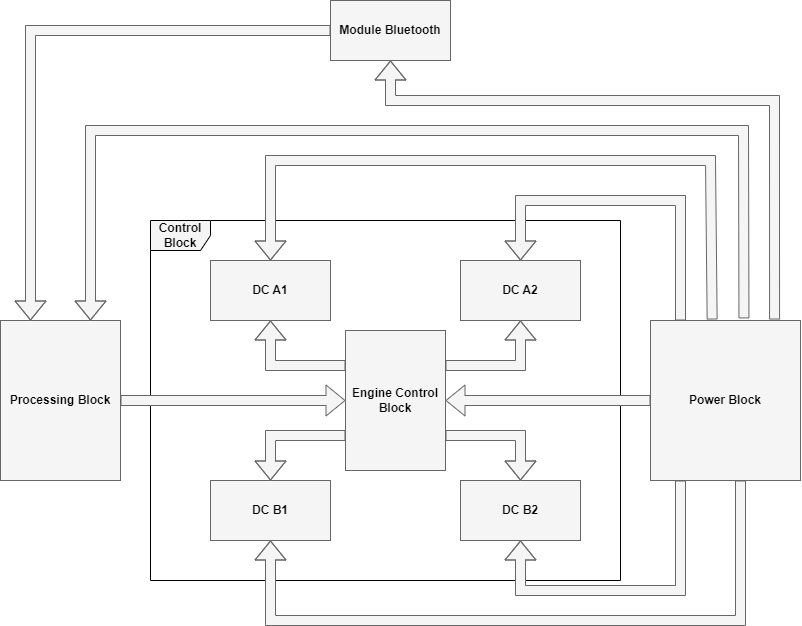
This is Block Diagram.drawio.png from lil-dua/arduino_bluetooth_car, a draw.io export, as it was before one commit. Source tidied: cells renumbered, new cells last; positions are measured from the earlier drawing's top-left corner, leaving out a move shared by most shapes.
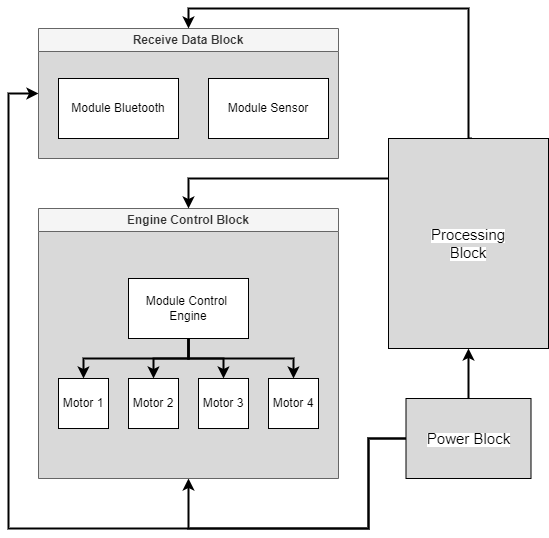
After the commit.

Change to the diagram source:
```diff
@@ -2,124 +2,83 @@
   <root>
     <mxCell id="0" />
     <mxCell id="1" parent="0" />
+    <mxCell id="18" style="edgeStyle=orthogonalEdgeStyle;rounded=0;jettySize=auto;html=1;exitX=0.5;exitY=0;exitDx=0;exitDy=0;entryX=0.5;entryY=1;entryDx=0;entryDy=0;strokeColor=default;strokeWidth=2;fontSize=15;" parent="1" edge="1" source="10" target="2">
+      <mxGeometry relative="1" as="geometry" />
+    </mxCell>
+    <mxCell id="16" style="edgeStyle=orthogonalEdgeStyle;rounded=0;jettySize=auto;html=1;exitX=0;exitY=0.5;exitDx=0;exitDy=0;entryX=0.5;entryY=1;entryDx=0;entryDy=0;strokeColor=default;strokeWidth=2;fontSize=15;" parent="1" edge="1" source="10" target="4">
+      <mxGeometry relative="1" as="geometry">
+        <Array as="points">
+          <mxPoint x="350" y="590" />
+          <mxPoint x="350" y="680" />
+          <mxPoint x="170" y="680" />
+        </Array>
+      </mxGeometry>
+    </mxCell>
+    <mxCell id="24" style="edgeStyle=orthogonalEdgeStyle;rounded=0;jettySize=auto;html=1;exitX=0;exitY=0.5;exitDx=0;exitDy=0;entryX=0;entryY=0.5;entryDx=0;entryDy=0;strokeColor=default;strokeWidth=2;fontSize=15;" parent="1" edge="1" source="10" target="25">
+      <mxGeometry relative="1" as="geometry">
+        <Array as="points">
+          <mxPoint x="350" y="590" />
+          <mxPoint x="350" y="680" />
+          <mxPoint x="-10" y="680" />
+          <mxPoint x="-10" y="245" />
+        </Array>
+      </mxGeometry>
+    </mxCell>
+    <mxCell id="10" value="&lt;span style=&quot;background-color: rgb(255, 255, 255);&quot;&gt;&lt;font style=&quot;font-size: 15px;&quot;&gt;Power Block&lt;/font&gt;&lt;/span&gt;" style="rounded=0;whiteSpace=wrap;html=1;fillColor=#D9D9D9;" parent="1" vertex="1">
+      <mxGeometry x="387.5" y="550" width="125" height="80" as="geometry" />
+    </mxCell>
+    <mxCell id="25" value="Receive Data Block" style="swimlane;whiteSpace=wrap;html=1;fillColor=#f5f5f5;strokeColor=#666666;swimlaneFillColor=#D9D9D9;fontColor=#333333;" parent="1" vertex="1">
+      <mxGeometry x="20" y="180" width="300" height="130" as="geometry" />
+    </mxCell>
+    <mxCell id="9" value="Module Bluetooth" style="rounded=0;whiteSpace=wrap;html=1;fillColor=default;gradientColor=none;" parent="25" vertex="1">
+      <mxGeometry x="20" y="50" width="120" height="60" as="geometry" />
+    </mxCell>
+    <mxCell id="26" value="Module Sensor" style="rounded=0;whiteSpace=wrap;html=1;fillColor=default;gradientColor=none;" parent="25" vertex="1">
+      <mxGeometry x="170" y="50" width="120" height="60" as="geometry" />
+    </mxCell>
+    <mxCell id="4" value="Engine Control Block" style="swimlane;whiteSpace=wrap;html=1;fillColor=#f5f5f5;strokeColor=#666666;swimlaneFillColor=#D9D9D9;fontColor=#333333;" parent="1" vertex="1">
+      <mxGeometry x="20" y="360" width="300" height="270" as="geometry" />
+    </mxCell>
+    <mxCell id="27" value="Motor 2" style="rounded=0;whiteSpace=wrap;html=1;fillColor=default;gradientColor=none;" parent="4" vertex="1">
+      <mxGeometry x="90" y="170" width="50" height="50" as="geometry" />
+    </mxCell>
+    <mxCell id="28" value="Motor 3" style="rounded=0;whiteSpace=wrap;html=1;fillColor=default;gradientColor=none;" parent="4" vertex="1">
+      <mxGeometry x="160" y="170" width="50" height="50" as="geometry" />
+    </mxCell>
+    <mxCell id="29" value="Motor 4" style="rounded=0;whiteSpace=wrap;html=1;fillColor=default;gradientColor=none;" parent="4" vertex="1">
+      <mxGeometry x="230" y="170" width="50" height="50" as="geometry" />
+    </mxCell>
+    <mxCell id="30" value="Motor 1" style="rounded=0;whiteSpace=wrap;html=1;fillColor=default;gradientColor=none;" parent="4" vertex="1">
+      <mxGeometry x="20" y="170" width="50" height="50" as="geometry" />
+    </mxCell>
+    <mxCell id="31" style="edgeStyle=orthogonalEdgeStyle;jettySize=auto;html=1;exitX=0.5;exitY=1;exitDx=0;exitDy=0;entryX=0.5;entryY=0;entryDx=0;entryDy=0;strokeColor=default;strokeWidth=2;fontSize=15;rounded=0;" parent="4" edge="1" source="35" target="30">
+      <mxGeometry relative="1" as="geometry" />
+    </mxCell>
+    <mxCell id="32" style="edgeStyle=orthogonalEdgeStyle;rounded=0;jettySize=auto;html=1;exitX=0.5;exitY=1;exitDx=0;exitDy=0;entryX=0.5;entryY=0;entryDx=0;entryDy=0;strokeColor=default;strokeWidth=2;fontSize=15;" parent="4" edge="1" source="35" target="27">
+      <mxGeometry relative="1" as="geometry" />
+    </mxCell>
+    <mxCell id="33" style="edgeStyle=orthogonalEdgeStyle;rounded=0;jettySize=auto;html=1;exitX=0.5;exitY=1;exitDx=0;exitDy=0;entryX=0.5;entryY=0;entryDx=0;entryDy=0;strokeColor=default;strokeWidth=2;fontSize=15;" parent="4" edge="1" source="35" target="28">
+      <mxGeometry relative="1" as="geometry" />
+    </mxCell>
+    <mxCell id="34" style="edgeStyle=orthogonalEdgeStyle;rounded=0;jettySize=auto;html=1;exitX=0.5;exitY=1;exitDx=0;exitDy=0;entryX=0.5;entryY=0;entryDx=0;entryDy=0;strokeColor=default;strokeWidth=2;fontSize=15;" parent="4" edge="1" source="35" target="29">
+      <mxGeometry relative="1" as="geometry" />
+    </mxCell>
+    <mxCell id="35" value="Module Control&amp;nbsp;&lt;br&gt;Engine" style="rounded=0;whiteSpace=wrap;html=1;fillColor=default;gradientColor=none;" parent="4" vertex="1">
+      <mxGeometry x="90" y="70" width="120" height="60" as="geometry" />
+    </mxCell>
+    <mxCell id="36" style="edgeStyle=orthogonalEdgeStyle;rounded=0;jettySize=auto;html=1;exitX=0.5;exitY=0;exitDx=0;exitDy=0;entryX=0.5;entryY=0;entryDx=0;entryDy=0;strokeColor=default;strokeWidth=2;fontSize=15;" parent="1" edge="1" source="2" target="25">
+      <mxGeometry relative="1" as="geometry" />
+    </mxCell>
+    <mxCell id="15" style="edgeStyle=orthogonalEdgeStyle;rounded=0;jettySize=auto;html=1;exitX=0.5;exitY=0;exitDx=0;exitDy=0;entryX=0.5;entryY=0;entryDx=0;entryDy=0;strokeColor=default;strokeWidth=2;fontSize=15;" parent="1" edge="1" source="2" target="4">
+      <mxGeometry relative="1" as="geometry">
+        <Array as="points">
+          <mxPoint x="452" y="330" />
+          <mxPoint x="170" y="330" />
+        </Array>
+      </mxGeometry>
+    </mxCell>
-    <mxCell id="2" value="&lt;font color=&quot;#000000&quot;&gt;&lt;b&gt;Processing Block&lt;/b&gt;&lt;/font&gt;" style="rounded=0;whiteSpace=wrap;html=1;fillColor=#f5f5f5;strokeColor=#666666;fontColor=#333333;" parent="1" vertex="1">
-      <mxGeometry y="320" width="120" height="160" as="geometry" />
+    <mxCell id="2" value="&lt;span style=&quot;background-color: rgb(255, 255, 255);&quot;&gt;&lt;font style=&quot;font-size: 15px;&quot;&gt;Processing &lt;br&gt;Block&lt;/font&gt;&lt;/span&gt;" style="rounded=0;whiteSpace=wrap;html=1;fillColor=#D9D9D9;gradientColor=none;" parent="1" vertex="1">
+      <mxGeometry x="370" y="290" width="160" height="210" as="geometry" />
     </mxCell>
-    <mxCell id="3" value="&lt;b&gt;&lt;font color=&quot;#000000&quot;&gt;Control Block&lt;/font&gt;&lt;/b&gt;" style="shape=umlFrame;whiteSpace=wrap;html=1;fillColor=#f5f5f5;fontColor=#333333;strokeColor=#000000;" parent="1" vertex="1">
-      <mxGeometry x="150" y="220" width="470" height="360" as="geometry" />
-    </mxCell>
-    <mxCell id="4" value="&lt;font color=&quot;#000000&quot;&gt;&lt;b&gt;Engine Control Block&lt;/b&gt;&lt;/font&gt;" style="rounded=0;whiteSpace=wrap;html=1;fillColor=#f5f5f5;fontColor=#333333;strokeColor=#666666;" parent="1" vertex="1">
-      <mxGeometry x="345" y="330" width="100" height="140" as="geometry" />
-    </mxCell>
-    <mxCell id="5" value="&lt;font style=&quot;&quot; color=&quot;#000000&quot;&gt;&lt;b&gt;DC A1&lt;/b&gt;&lt;/font&gt;" style="rounded=0;whiteSpace=wrap;html=1;fillColor=#f5f5f5;fontColor=#333333;strokeColor=#666666;" parent="1" vertex="1">
-      <mxGeometry x="210" y="260" width="120" height="60" as="geometry" />
-    </mxCell>
-    <mxCell id="6" value="&lt;b&gt;&lt;font color=&quot;#000000&quot;&gt;DC B1&lt;/font&gt;&lt;/b&gt;" style="rounded=0;whiteSpace=wrap;html=1;fillColor=#f5f5f5;fontColor=#333333;strokeColor=#666666;" parent="1" vertex="1">
-      <mxGeometry x="210" y="480" width="120" height="60" as="geometry" />
-    </mxCell>
-    <mxCell id="7" value="&lt;b&gt;&lt;font color=&quot;#000000&quot;&gt;DC B2&lt;/font&gt;&lt;/b&gt;" style="rounded=0;whiteSpace=wrap;html=1;fillColor=#f5f5f5;fontColor=#333333;strokeColor=#666666;" parent="1" vertex="1">
-      <mxGeometry x="460" y="480" width="120" height="60" as="geometry" />
-    </mxCell>
-    <mxCell id="8" value="&lt;font color=&quot;#000000&quot;&gt;&lt;b&gt;DC A2&lt;/b&gt;&lt;/font&gt;" style="rounded=0;whiteSpace=wrap;html=1;fillColor=#f5f5f5;fontColor=#333333;strokeColor=#666666;" parent="1" vertex="1">
-      <mxGeometry x="460" y="260" width="120" height="60" as="geometry" />
-    </mxCell>
-    <mxCell id="9" value="&lt;font color=&quot;#000000&quot;&gt;&lt;b&gt;Module Bluetooth&lt;/b&gt;&lt;/font&gt;" style="rounded=0;whiteSpace=wrap;html=1;fillColor=#f5f5f5;fontColor=#333333;strokeColor=#666666;" parent="1" vertex="1">
-      <mxGeometry x="330" width="120" height="60" as="geometry" />
-    </mxCell>
-    <mxCell id="10" value="&lt;font color=&quot;#000000&quot;&gt;&lt;b&gt;Power Block&lt;/b&gt;&lt;/font&gt;" style="rounded=0;whiteSpace=wrap;html=1;fillColor=#f5f5f5;fontColor=#333333;strokeColor=#666666;" parent="1" vertex="1">
-      <mxGeometry x="650" y="320" width="150" height="160" as="geometry" />
-    </mxCell>
-    <mxCell id="11" style="shape=flexArrow;endArrow=classic;html=1;rounded=0;exitX=0;exitY=0.25;exitDx=0;exitDy=0;entryX=0.5;entryY=1;entryDx=0;entryDy=0;fillColor=#f5f5f5;strokeColor=#666666;" parent="1" edge="1" source="4" target="5">
-      <mxGeometry relative="1" as="geometry">
-        <Array as="points">
-          <mxPoint x="270" y="365" />
-        </Array>
-      </mxGeometry>
-    </mxCell>
-    <mxCell id="12" style="shape=flexArrow;endArrow=classic;html=1;rounded=0;exitX=0;exitY=0.75;exitDx=0;exitDy=0;entryX=0.5;entryY=0;entryDx=0;entryDy=0;fillColor=#f5f5f5;strokeColor=#666666;" parent="1" edge="1" source="4" target="6">
-      <mxGeometry relative="1" as="geometry">
-        <Array as="points">
-          <mxPoint x="270" y="435" />
-        </Array>
-      </mxGeometry>
-    </mxCell>
-    <mxCell id="13" style="shape=flexArrow;endArrow=classic;html=1;rounded=0;exitX=1;exitY=0.25;exitDx=0;exitDy=0;entryX=0.5;entryY=1;entryDx=0;entryDy=0;fillColor=#f5f5f5;strokeColor=#666666;" parent="1" edge="1" source="4" target="8">
-      <mxGeometry relative="1" as="geometry">
-        <Array as="points">
-          <mxPoint x="520" y="365" />
-        </Array>
-      </mxGeometry>
-    </mxCell>
-    <mxCell id="14" style="shape=flexArrow;endArrow=classic;html=1;rounded=0;exitX=1;exitY=0.75;exitDx=0;exitDy=0;entryX=0.5;entryY=0;entryDx=0;entryDy=0;fillColor=#f5f5f5;strokeColor=#666666;" parent="1" edge="1" source="4" target="7">
-      <mxGeometry relative="1" as="geometry">
-        <Array as="points">
-          <mxPoint x="520" y="435" />
-        </Array>
-      </mxGeometry>
-    </mxCell>
-    <mxCell id="15" style="shape=flexArrow;endArrow=classic;html=1;rounded=0;exitX=1;exitY=0.5;exitDx=0;exitDy=0;entryX=0;entryY=0.5;entryDx=0;entryDy=0;fillColor=#f5f5f5;strokeColor=#666666;" parent="1" edge="1" source="2" target="4">
-      <mxGeometry relative="1" as="geometry" />
-    </mxCell>
-    <mxCell id="16" style="shape=flexArrow;endArrow=classic;html=1;rounded=0;exitX=0;exitY=0.5;exitDx=0;exitDy=0;entryX=1;entryY=0.5;entryDx=0;entryDy=0;fillColor=#f5f5f5;strokeColor=#666666;" parent="1" edge="1" source="10" target="4">
-      <mxGeometry relative="1" as="geometry" />
-    </mxCell>
-    <mxCell id="17" style="shape=flexArrow;endArrow=classic;html=1;rounded=0;entryX=0.25;entryY=0;entryDx=0;entryDy=0;exitX=0;exitY=0.5;exitDx=0;exitDy=0;fillColor=#f5f5f5;strokeColor=#666666;" parent="1" edge="1" source="9" target="2">
-      <mxGeometry relative="1" as="geometry">
-        <Array as="points">
-          <mxPoint x="30" y="30" />
-        </Array>
-      </mxGeometry>
-    </mxCell>
-    <mxCell id="18" style="shape=flexArrow;endArrow=classic;html=1;rounded=0;exitX=0.623;exitY=-0.013;exitDx=0;exitDy=0;entryX=0.75;entryY=0;entryDx=0;entryDy=0;fillColor=#f5f5f5;strokeColor=#666666;exitPerimeter=0;" parent="1" edge="1" source="10" target="2">
-      <mxGeometry relative="1" as="geometry">
-        <Array as="points">
-          <mxPoint x="743" y="130" />
-          <mxPoint x="90" y="130" />
-        </Array>
-      </mxGeometry>
-    </mxCell>
-    <mxCell id="19" style="shape=flexArrow;endArrow=classic;html=1;rounded=0;exitX=0.827;exitY=-0.006;exitDx=0;exitDy=0;entryX=0.5;entryY=1;entryDx=0;entryDy=0;fillColor=#f5f5f5;strokeColor=#666666;exitPerimeter=0;" parent="1" edge="1" source="10" target="9">
-      <mxGeometry relative="1" as="geometry">
-        <Array as="points">
-          <mxPoint x="774" y="100" />
-          <mxPoint x="390" y="100" />
-        </Array>
-      </mxGeometry>
-    </mxCell>
-    <mxCell id="20" style="shape=flexArrow;endArrow=classic;html=1;rounded=0;entryX=0.5;entryY=1;entryDx=0;entryDy=0;fillColor=#f5f5f5;strokeColor=#666666;" parent="1" edge="1" target="7">
-      <mxGeometry relative="1" as="geometry">
-        <mxPoint x="680" y="480" as="sourcePoint" />
-        <Array as="points">
-          <mxPoint x="680" y="590" />
-          <mxPoint x="520" y="590" />
-        </Array>
-      </mxGeometry>
-    </mxCell>
-    <mxCell id="21" style="shape=flexArrow;endArrow=classic;html=1;rounded=0;entryX=0.5;entryY=1;entryDx=0;entryDy=0;fillColor=#f5f5f5;strokeColor=#666666;" parent="1" edge="1" target="6">
-      <mxGeometry relative="1" as="geometry">
-        <mxPoint x="740" y="480" as="sourcePoint" />
-        <Array as="points">
-          <mxPoint x="740" y="620" />
-          <mxPoint x="270" y="620" />
-        </Array>
-      </mxGeometry>
-    </mxCell>
-    <mxCell id="22" style="shape=flexArrow;endArrow=classic;html=1;rounded=0;exitX=0.411;exitY=-0.006;exitDx=0;exitDy=0;entryX=0.5;entryY=0;entryDx=0;entryDy=0;fillColor=#f5f5f5;strokeColor=#666666;exitPerimeter=0;" parent="1" edge="1" source="10" target="5">
-      <mxGeometry relative="1" as="geometry">
-        <Array as="points">
-          <mxPoint x="710" y="160" />
-          <mxPoint x="270" y="160" />
-        </Array>
-      </mxGeometry>
-    </mxCell>
-    <mxCell id="23" style="shape=flexArrow;endArrow=classic;html=1;rounded=0;entryX=0.5;entryY=0;entryDx=0;entryDy=0;fillColor=#f5f5f5;strokeColor=#666666;" parent="1" edge="1" target="8">
-      <mxGeometry relative="1" as="geometry">
-        <mxPoint x="680" y="320" as="sourcePoint" />
-        <Array as="points">
-          <mxPoint x="680" y="200" />
-          <mxPoint x="520" y="200" />
-        </Array>
-      </mxGeometry>
-    </mxCell>
   </root>
 </mxGraphModel>
```
